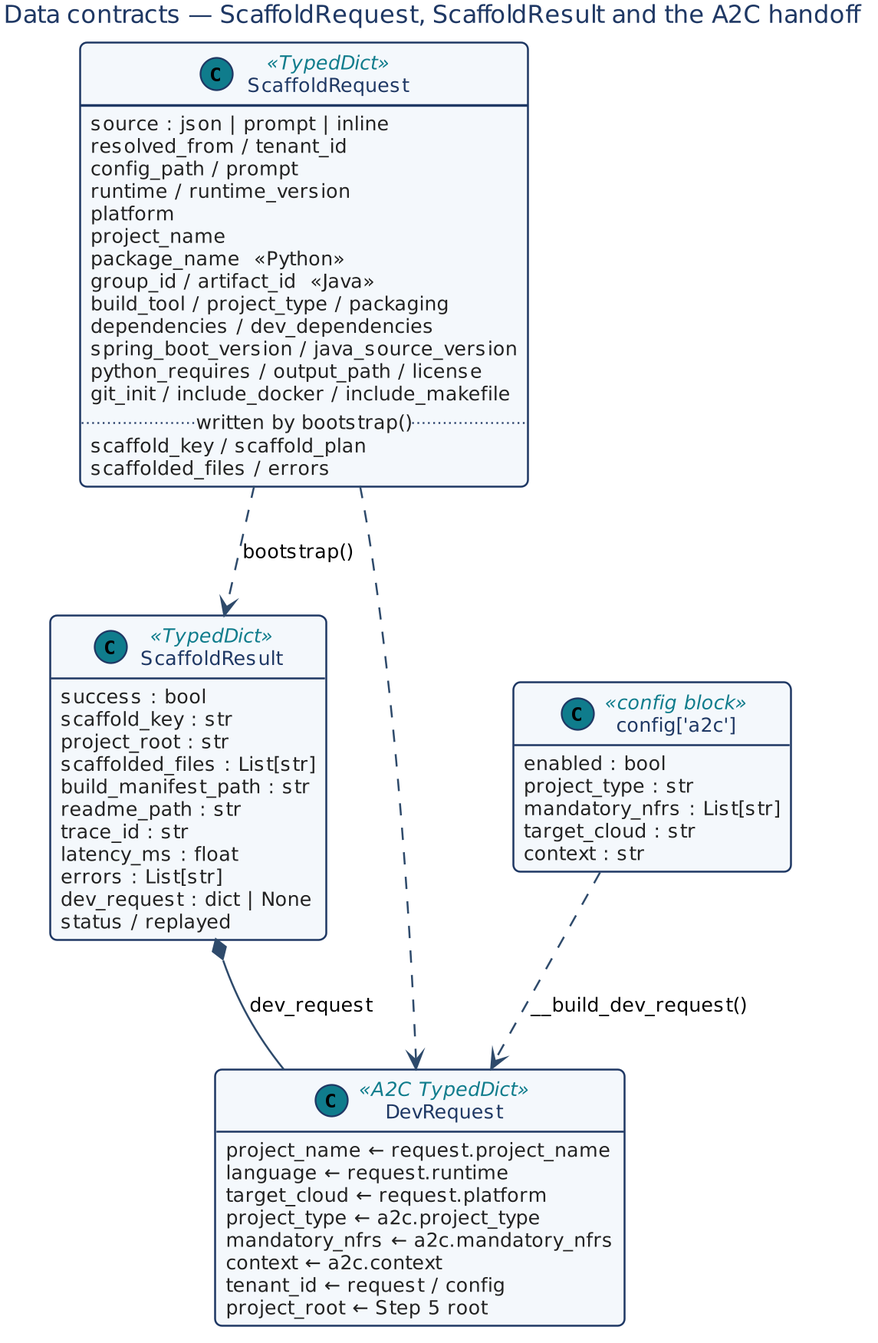
Before: docs/design/p0/images/04_typeddicts.png, a diagram exported from PlantUML (subhamviky/a2c-framework). Its source is kept beside it as docs/design/p0/diagrams/04_typeddicts.puml. The source it was exported from:
```plantuml
@startuml
!include ../../common/style.puml
title Data contracts — ScaffoldRequest, ScaffoldResult and the A2C handoff
class ScaffoldRequest <<TypedDict>> {
  source : json | prompt | inline
  resolved_from / tenant_id
  config_path / prompt
  runtime / runtime_version
  platform
  project_name
  package_name  «Python»
  group_id / artifact_id  «Java»
  build_tool / project_type / packaging
  dependencies / dev_dependencies
  spring_boot_version / java_source_version
  python_requires / output_path / license
  git_init / include_docker / include_makefile
  ..written by bootstrap()..
  scaffold_key / scaffold_plan
  scaffolded_files / errors
}
class ScaffoldResult <<TypedDict>> {
  success : bool
  scaffold_key : str
  project_root : str
  scaffolded_files : List[str]
  build_manifest_path : str
  readme_path : str
  trace_id : str
  latency_ms : float
  errors : List[str]
  dev_request : dict | None
  status / replayed
}
class "config['a2c']" as A2C <<config block>> {
  enabled : bool
  project_type : str
  mandatory_nfrs : List[str]
  target_cloud : str
  context : str
}
class DevRequest <<A2C TypedDict>> {
  project_name ← request.project_name
  language ← request.runtime
  target_cloud ← request.platform
  project_type ← a2c.project_type
  mandatory_nfrs ← a2c.mandatory_nfrs
  context ← a2c.context
  tenant_id ← request / config
  project_root ← Step 5 root
}
ScaffoldRequest ..> ScaffoldResult : bootstrap()
ScaffoldResult *-- DevRequest : dev_request
A2C ..> DevRequest : __build_dev_request()
ScaffoldRequest ..> DevRequest
@enduml
```
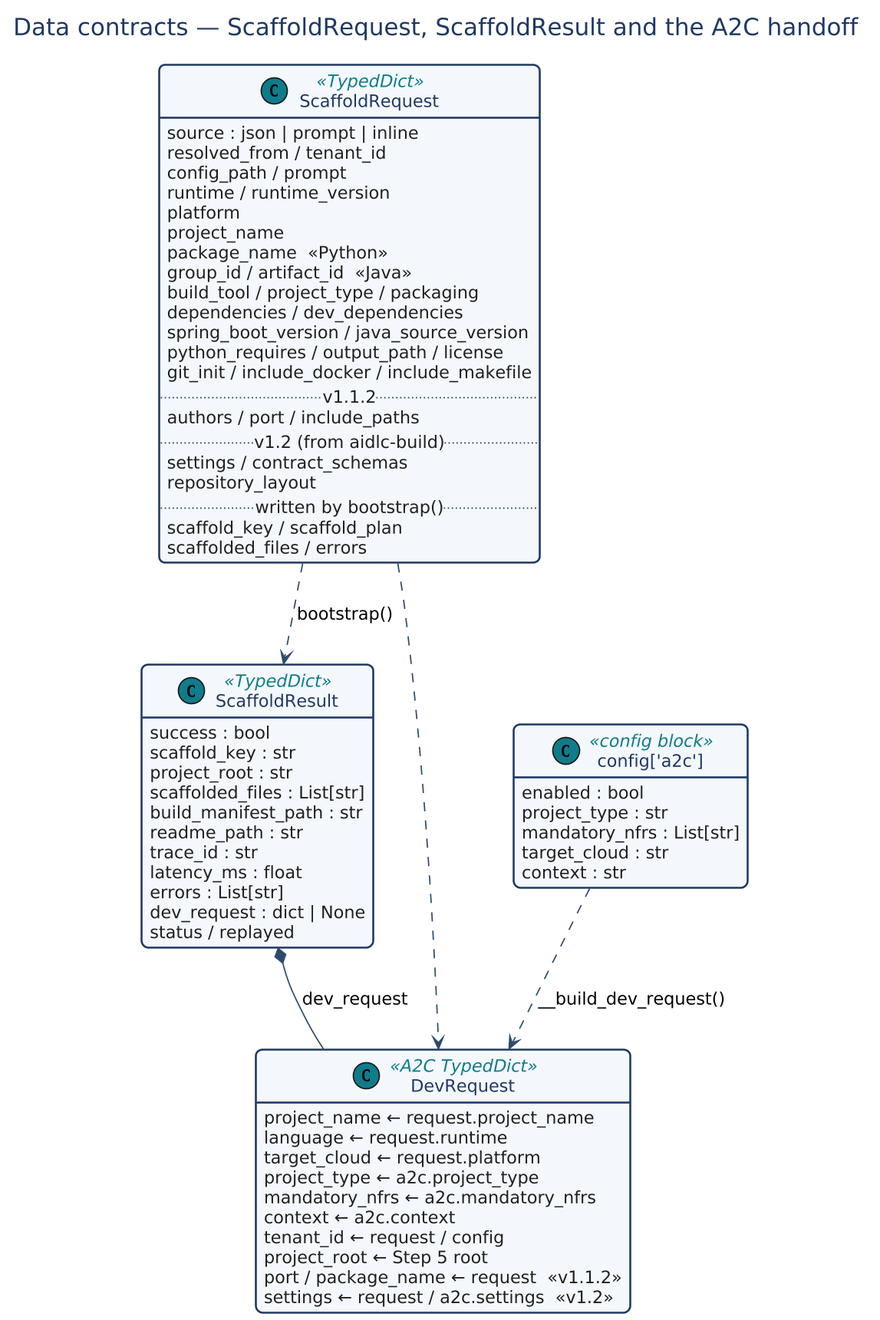
The same diagram one commit later.

What changed in the source:
```diff
@@ -15,6 +15,11 @@
   spring_boot_version / java_source_version
   python_requires / output_path / license
   git_init / include_docker / include_makefile
+  ..v1.1.2..
+  authors / port / include_paths
+  ..v1.2 (from aidlc-build)..
+  settings / contract_schemas
+  repository_layout
   ..written by bootstrap()..
   scaffold_key / scaffold_plan
   scaffolded_files / errors
@@ -48,6 +53,8 @@
   context ← a2c.context
   tenant_id ← request / config
   project_root ← Step 5 root
+  port / package_name ← request  «v1.1.2»
+  settings ← request / a2c.settings  «v1.2»
 }
 ScaffoldRequest ..> ScaffoldResult : bootstrap()
 ScaffoldResult *-- DevRequest : dev_request
```
